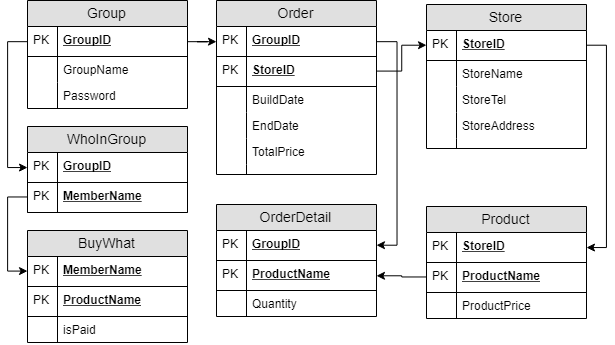
Earlier version of the draw.io export ER.png (bestRDJ333/190802Homework). Source tidied: cells renumbered, new cells last; positions are measured from the earlier drawing's top-left corner, leaving out a move shared by most shapes.
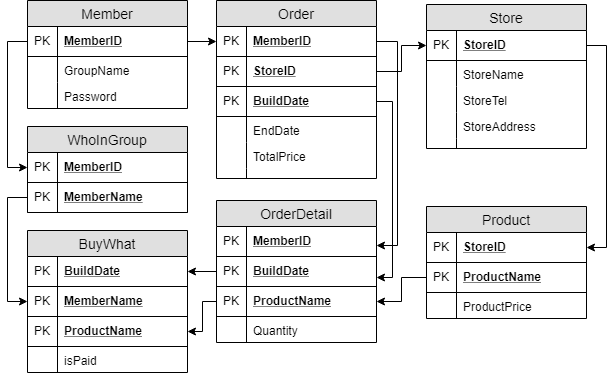
Later version of the same file.

The edit, as a diff of the source:
```diff
@@ -36,9 +36,9 @@
       <mxGeometry width="30" height="10" as="geometry" />
     </mxCell>
     <mxCell id="13" value="Order" style="swimlane;fontStyle=0;horizontal=1;startSize=26;fillColor=#e0e0e0;swimlaneFillColor=#ffffff;align=center;fontSize=14;" parent="1" vertex="1">
-      <mxGeometry x="209" width="160" height="174" as="geometry" />
+      <mxGeometry x="209" width="160" height="178" as="geometry" />
     </mxCell>
-    <mxCell id="14" value="GroupID" style="shape=partialRectangle;top=0;left=0;right=0;bottom=1;align=left;verticalAlign=middle;fillColor=none;spacingLeft=34;spacingRight=4;overflow=hidden;points=[[0,0.5],[1,0.5]];portConstraint=eastwest;fontStyle=5;fontSize=12;" parent="13" vertex="1">
+    <mxCell id="14" value="MemberID" style="shape=partialRectangle;top=0;left=0;right=0;bottom=1;align=left;verticalAlign=middle;fillColor=none;spacingLeft=34;spacingRight=4;overflow=hidden;points=[[0,0.5],[1,0.5]];portConstraint=eastwest;fontStyle=5;fontSize=12;" parent="13" vertex="1">
       <mxGeometry y="26" width="160" height="30" as="geometry" />
     </mxCell>
     <mxCell id="15" value="PK" style="shape=partialRectangle;top=0;left=0;bottom=0;fillColor=none;align=left;verticalAlign=middle;spacingLeft=4;spacingRight=4;overflow=hidden;fontSize=12;" parent="14" vertex="1">
@@ -50,34 +50,34 @@
     <mxCell id="17" value="PK" style="shape=partialRectangle;top=0;left=0;bottom=0;fillColor=none;align=left;verticalAlign=middle;spacingLeft=4;spacingRight=4;overflow=hidden;fontSize=12;" parent="16" vertex="1">
       <mxGeometry width="30" height="30" as="geometry" />
     </mxCell>
-    <mxCell id="18" value="BuildDate" style="shape=partialRectangle;top=0;left=0;right=0;bottom=0;align=left;verticalAlign=top;fillColor=none;spacingLeft=34;spacingRight=4;overflow=hidden;fontSize=12;" parent="13" vertex="1">
-      <mxGeometry y="86" width="160" height="26" as="geometry" />
-    </mxCell>
-    <mxCell id="19" style="shape=partialRectangle;top=0;left=0;bottom=0;fillColor=none;align=left;verticalAlign=top;spacingLeft=4;spacingRight=4;overflow=hidden;fontSize=12;" parent="18" vertex="1">
-      <mxGeometry width="30" height="26" as="geometry" />
-    </mxCell>
+    <mxCell id="66" value="BuildDate" style="shape=partialRectangle;top=0;left=0;right=0;bottom=1;align=left;verticalAlign=middle;fillColor=none;spacingLeft=34;spacingRight=4;overflow=hidden;points=[[0,0.5],[1,0.5]];portConstraint=eastwest;fontStyle=5;fontSize=12;" parent="13" vertex="1">
+      <mxGeometry y="86" width="160" height="30" as="geometry" />
+    </mxCell>
+    <mxCell id="67" value="PK" style="shape=partialRectangle;top=0;left=0;bottom=0;fillColor=none;align=left;verticalAlign=middle;spacingLeft=4;spacingRight=4;overflow=hidden;fontSize=12;" parent="66" vertex="1">
+      <mxGeometry width="30" height="30" as="geometry" />
+    </mxCell>
     <mxCell id="20" value="EndDate" style="shape=partialRectangle;top=0;left=0;right=0;bottom=0;align=left;verticalAlign=top;fillColor=none;spacingLeft=34;spacingRight=4;overflow=hidden;fontSize=12;" parent="13" vertex="1">
-      <mxGeometry y="112" width="160" height="26" as="geometry" />
+      <mxGeometry y="116" width="160" height="26" as="geometry" />
     </mxCell>
     <mxCell id="21" style="shape=partialRectangle;top=0;left=0;bottom=0;fillColor=none;align=left;verticalAlign=top;spacingLeft=4;spacingRight=4;overflow=hidden;fontSize=12;" parent="20" vertex="1">
       <mxGeometry width="30" height="26" as="geometry" />
     </mxCell>
     <mxCell id="22" value="TotalPrice" style="shape=partialRectangle;top=0;left=0;right=0;bottom=0;align=left;verticalAlign=top;fillColor=none;spacingLeft=34;spacingRight=4;overflow=hidden;fontSize=12;" parent="13" vertex="1">
-      <mxGeometry y="138" width="160" height="26" as="geometry" />
+      <mxGeometry y="142" width="160" height="26" as="geometry" />
     </mxCell>
     <mxCell id="23" style="shape=partialRectangle;top=0;left=0;bottom=0;fillColor=none;align=left;verticalAlign=top;spacingLeft=4;spacingRight=4;overflow=hidden;fontSize=12;" parent="22" vertex="1">
       <mxGeometry width="30" height="26" as="geometry" />
     </mxCell>
     <mxCell id="24" style="shape=partialRectangle;top=0;left=0;right=0;bottom=0;align=left;verticalAlign=top;fillColor=none;spacingLeft=34;spacingRight=4;overflow=hidden;fontSize=12;" parent="13" vertex="1">
-      <mxGeometry y="164" width="160" height="10" as="geometry" />
+      <mxGeometry y="168" width="160" height="10" as="geometry" />
     </mxCell>
     <mxCell id="25" style="shape=partialRectangle;top=0;left=0;bottom=0;fillColor=none;align=left;verticalAlign=top;spacingLeft=4;spacingRight=4;overflow=hidden;fontSize=12;" parent="24" vertex="1">
       <mxGeometry width="30" height="10" as="geometry" />
     </mxCell>
-    <mxCell id="26" value="Group" style="swimlane;fontStyle=0;horizontal=1;startSize=26;fillColor=#e0e0e0;swimlaneFillColor=#ffffff;align=center;fontSize=14;" parent="1" vertex="1">
+    <mxCell id="26" value="Member" style="swimlane;fontStyle=0;horizontal=1;startSize=26;fillColor=#e0e0e0;swimlaneFillColor=#ffffff;align=center;fontSize=14;" parent="1" vertex="1">
       <mxGeometry x="20" width="160" height="108" as="geometry" />
     </mxCell>
-    <mxCell id="27" value="GroupID" style="shape=partialRectangle;top=0;left=0;right=0;bottom=1;align=left;verticalAlign=middle;fillColor=none;spacingLeft=34;spacingRight=4;overflow=hidden;points=[[0,0.5],[1,0.5]];portConstraint=eastwest;fontStyle=5;fontSize=12;" parent="26" vertex="1">
+    <mxCell id="27" value="MemberID" style="shape=partialRectangle;top=0;left=0;right=0;bottom=1;align=left;verticalAlign=middle;fillColor=none;spacingLeft=34;spacingRight=4;overflow=hidden;points=[[0,0.5],[1,0.5]];portConstraint=eastwest;fontStyle=5;fontSize=12;" parent="26" vertex="1">
       <mxGeometry y="26" width="160" height="30" as="geometry" />
     </mxCell>
     <mxCell id="28" value="PK" style="shape=partialRectangle;top=0;left=0;bottom=0;fillColor=none;align=left;verticalAlign=middle;spacingLeft=4;spacingRight=4;overflow=hidden;fontSize=12;" parent="27" vertex="1">
@@ -98,7 +98,7 @@
     <mxCell id="33" value="WhoInGroup" style="swimlane;fontStyle=0;horizontal=1;startSize=26;fillColor=#e0e0e0;swimlaneFillColor=#ffffff;align=center;fontSize=14;" parent="1" vertex="1">
       <mxGeometry x="20" y="126" width="160" height="86" as="geometry" />
     </mxCell>
-    <mxCell id="34" value="GroupID" style="shape=partialRectangle;top=0;left=0;right=0;bottom=1;align=left;verticalAlign=middle;fillColor=none;spacingLeft=34;spacingRight=4;overflow=hidden;points=[[0,0.5],[1,0.5]];portConstraint=eastwest;fontStyle=5;fontSize=12;" parent="33" vertex="1">
+    <mxCell id="34" value="MemberID" style="shape=partialRectangle;top=0;left=0;right=0;bottom=1;align=left;verticalAlign=middle;fillColor=none;spacingLeft=34;spacingRight=4;overflow=hidden;points=[[0,0.5],[1,0.5]];portConstraint=eastwest;fontStyle=5;fontSize=12;" parent="33" vertex="1">
       <mxGeometry y="26" width="160" height="30" as="geometry" />
     </mxCell>
     <mxCell id="35" value="PK" style="shape=partialRectangle;top=0;left=0;bottom=0;fillColor=none;align=left;verticalAlign=middle;spacingLeft=4;spacingRight=4;overflow=hidden;fontSize=12;" parent="34" vertex="1">
@@ -131,44 +131,59 @@
     <mxCell id="44" style="shape=partialRectangle;top=0;left=0;bottom=0;fillColor=none;align=left;verticalAlign=top;spacingLeft=4;spacingRight=4;overflow=hidden;fontSize=12;" parent="43" vertex="1">
       <mxGeometry width="30" height="26" as="geometry" />
     </mxCell>
+    <mxCell id="68" style="edgeStyle=orthogonalEdgeStyle;rounded=0;jettySize=auto;html=1;" parent="1" edge="1" source="45" target="53">
+      <mxGeometry relative="1" as="geometry" />
+    </mxCell>
     <mxCell id="45" value="OrderDetail" style="swimlane;fontStyle=0;horizontal=1;startSize=26;fillColor=#e0e0e0;swimlaneFillColor=#ffffff;align=center;fontSize=14;" parent="1" vertex="1">
-      <mxGeometry x="209" y="204" width="160" height="112" as="geometry" />
+      <mxGeometry x="209" y="200" width="160" height="142" as="geometry" />
     </mxCell>
-    <mxCell id="46" value="GroupID" style="shape=partialRectangle;top=0;left=0;right=0;bottom=1;align=left;verticalAlign=middle;fillColor=none;spacingLeft=34;spacingRight=4;overflow=hidden;points=[[0,0.5],[1,0.5]];portConstraint=eastwest;fontStyle=5;fontSize=12;" parent="45" vertex="1">
+    <mxCell id="46" value="MemberID" style="shape=partialRectangle;top=0;left=0;right=0;bottom=1;align=left;verticalAlign=middle;fillColor=none;spacingLeft=34;spacingRight=4;overflow=hidden;points=[[0,0.5],[1,0.5]];portConstraint=eastwest;fontStyle=5;fontSize=12;" parent="45" vertex="1">
       <mxGeometry y="26" width="160" height="30" as="geometry" />
     </mxCell>
     <mxCell id="47" value="PK" style="shape=partialRectangle;top=0;left=0;bottom=0;fillColor=none;align=left;verticalAlign=middle;spacingLeft=4;spacingRight=4;overflow=hidden;fontSize=12;" parent="46" vertex="1">
       <mxGeometry width="30" height="30" as="geometry" />
     </mxCell>
+    <mxCell id="69" value="BuildDate" style="shape=partialRectangle;top=0;left=0;right=0;bottom=1;align=left;verticalAlign=middle;fillColor=none;spacingLeft=34;spacingRight=4;overflow=hidden;points=[[0,0.5],[1,0.5]];portConstraint=eastwest;fontStyle=5;fontSize=12;" parent="45" vertex="1">
+      <mxGeometry y="56" width="160" height="30" as="geometry" />
+    </mxCell>
+    <mxCell id="70" value="PK" style="shape=partialRectangle;top=0;left=0;bottom=0;fillColor=none;align=left;verticalAlign=middle;spacingLeft=4;spacingRight=4;overflow=hidden;fontSize=12;" parent="69" vertex="1">
+      <mxGeometry width="30" height="30" as="geometry" />
+    </mxCell>
     <mxCell id="48" value="ProductName" style="shape=partialRectangle;top=0;left=0;right=0;bottom=1;align=left;verticalAlign=middle;fillColor=none;spacingLeft=34;spacingRight=4;overflow=hidden;points=[[0,0.5],[1,0.5]];portConstraint=eastwest;fontStyle=5;fontSize=12;" parent="45" vertex="1">
-      <mxGeometry y="56" width="160" height="30" as="geometry" />
+      <mxGeometry y="86" width="160" height="30" as="geometry" />
     </mxCell>
     <mxCell id="49" value="PK" style="shape=partialRectangle;top=0;left=0;bottom=0;fillColor=none;align=left;verticalAlign=middle;spacingLeft=4;spacingRight=4;overflow=hidden;fontSize=12;" parent="48" vertex="1">
       <mxGeometry width="30" height="30" as="geometry" />
     </mxCell>
     <mxCell id="50" value="Quantity" style="shape=partialRectangle;top=0;left=0;right=0;bottom=0;align=left;verticalAlign=top;fillColor=none;spacingLeft=34;spacingRight=4;overflow=hidden;fontSize=12;" parent="45" vertex="1">
-      <mxGeometry y="86" width="160" height="26" as="geometry" />
+      <mxGeometry y="116" width="160" height="26" as="geometry" />
     </mxCell>
     <mxCell id="51" style="shape=partialRectangle;top=0;left=0;bottom=0;fillColor=none;align=left;verticalAlign=top;spacingLeft=4;spacingRight=4;overflow=hidden;fontSize=12;" parent="50" vertex="1">
       <mxGeometry width="30" height="26" as="geometry" />
     </mxCell>
     <mxCell id="52" value="BuyWhat" style="swimlane;fontStyle=0;horizontal=1;startSize=26;fillColor=#e0e0e0;swimlaneFillColor=#ffffff;align=center;fontSize=14;" parent="1" vertex="1">
-      <mxGeometry x="20" y="230" width="160" height="112" as="geometry" />
+      <mxGeometry x="20" y="230" width="160" height="142" as="geometry" />
     </mxCell>
-    <mxCell id="53" value="MemberName" style="shape=partialRectangle;top=0;left=0;right=0;bottom=1;align=left;verticalAlign=middle;fillColor=none;spacingLeft=34;spacingRight=4;overflow=hidden;points=[[0,0.5],[1,0.5]];portConstraint=eastwest;fontStyle=5;fontSize=12;" parent="52" vertex="1">
+    <mxCell id="53" value="BuildDate" style="shape=partialRectangle;top=0;left=0;right=0;bottom=1;align=left;verticalAlign=middle;fillColor=none;spacingLeft=34;spacingRight=4;overflow=hidden;points=[[0,0.5],[1,0.5]];portConstraint=eastwest;fontStyle=5;fontSize=12;" parent="52" vertex="1">
       <mxGeometry y="26" width="160" height="30" as="geometry" />
     </mxCell>
     <mxCell id="54" value="PK" style="shape=partialRectangle;top=0;left=0;bottom=0;fillColor=none;align=left;verticalAlign=middle;spacingLeft=4;spacingRight=4;overflow=hidden;fontSize=12;" parent="53" vertex="1">
       <mxGeometry width="30" height="30" as="geometry" />
     </mxCell>
+    <mxCell id="71" value="MemberName" style="shape=partialRectangle;top=0;left=0;right=0;bottom=1;align=left;verticalAlign=middle;fillColor=none;spacingLeft=34;spacingRight=4;overflow=hidden;points=[[0,0.5],[1,0.5]];portConstraint=eastwest;fontStyle=5;fontSize=12;" parent="52" vertex="1">
+      <mxGeometry y="56" width="160" height="30" as="geometry" />
+    </mxCell>
+    <mxCell id="72" value="PK" style="shape=partialRectangle;top=0;left=0;bottom=0;fillColor=none;align=left;verticalAlign=middle;spacingLeft=4;spacingRight=4;overflow=hidden;fontSize=12;" parent="71" vertex="1">
+      <mxGeometry width="30" height="30" as="geometry" />
+    </mxCell>
     <mxCell id="55" value="ProductName" style="shape=partialRectangle;top=0;left=0;right=0;bottom=1;align=left;verticalAlign=middle;fillColor=none;spacingLeft=34;spacingRight=4;overflow=hidden;points=[[0,0.5],[1,0.5]];portConstraint=eastwest;fontStyle=5;fontSize=12;" parent="52" vertex="1">
-      <mxGeometry y="56" width="160" height="30" as="geometry" />
+      <mxGeometry y="86" width="160" height="30" as="geometry" />
     </mxCell>
     <mxCell id="56" value="PK" style="shape=partialRectangle;top=0;left=0;bottom=0;fillColor=none;align=left;verticalAlign=middle;spacingLeft=4;spacingRight=4;overflow=hidden;fontSize=12;" parent="55" vertex="1">
       <mxGeometry width="30" height="30" as="geometry" />
     </mxCell>
     <mxCell id="57" value="isPaid" style="shape=partialRectangle;top=0;left=0;right=0;bottom=0;align=left;verticalAlign=top;fillColor=none;spacingLeft=34;spacingRight=4;overflow=hidden;fontSize=12;" parent="52" vertex="1">
-      <mxGeometry y="86" width="160" height="26" as="geometry" />
+      <mxGeometry y="116" width="160" height="26" as="geometry" />
     </mxCell>
     <mxCell id="58" style="shape=partialRectangle;top=0;left=0;bottom=0;fillColor=none;align=left;verticalAlign=top;spacingLeft=4;spacingRight=4;overflow=hidden;fontSize=12;" parent="57" vertex="1">
       <mxGeometry width="30" height="26" as="geometry" />
@@ -206,13 +221,29 @@
         </Array>
       </mxGeometry>
     </mxCell>
-    <mxCell id="65" style="edgeStyle=orthogonalEdgeStyle;rounded=0;jettySize=auto;html=1;" parent="1" edge="1" source="36" target="53">
-      <mxGeometry relative="1" as="geometry">
-        <Array as="points">
-          <mxPoint y="196" />
-          <mxPoint y="271" />
-        </Array>
-      </mxGeometry>
-    </mxCell>
+    <mxCell id="73" style="edgeStyle=orthogonalEdgeStyle;rounded=0;jettySize=auto;html=1;" parent="1" edge="1" source="66" target="69">
+      <mxGeometry relative="1" as="geometry">
+        <Array as="points">
+          <mxPoint x="385" y="101" />
+          <mxPoint x="385" y="277" />
+        </Array>
+      </mxGeometry>
+    </mxCell>
+    <mxCell id="74" style="edgeStyle=orthogonalEdgeStyle;rounded=0;jettySize=auto;html=1;" parent="1" edge="1" source="36" target="71">
+      <mxGeometry relative="1" as="geometry">
+        <Array as="points">
+          <mxPoint y="197" />
+          <mxPoint y="301" />
+        </Array>
+      </mxGeometry>
+    </mxCell>
+    <mxCell id="75" style="edgeStyle=orthogonalEdgeStyle;rounded=0;jettySize=auto;html=1;" parent="1" edge="1" source="48" target="55">
+      <mxGeometry relative="1" as="geometry">
+        <Array as="points">
+          <mxPoint x="195" y="301" />
+          <mxPoint x="195" y="331" />
+        </Array>
+      </mxGeometry>
+    </mxCell>
   </root>
 </mxGraphModel>
```
